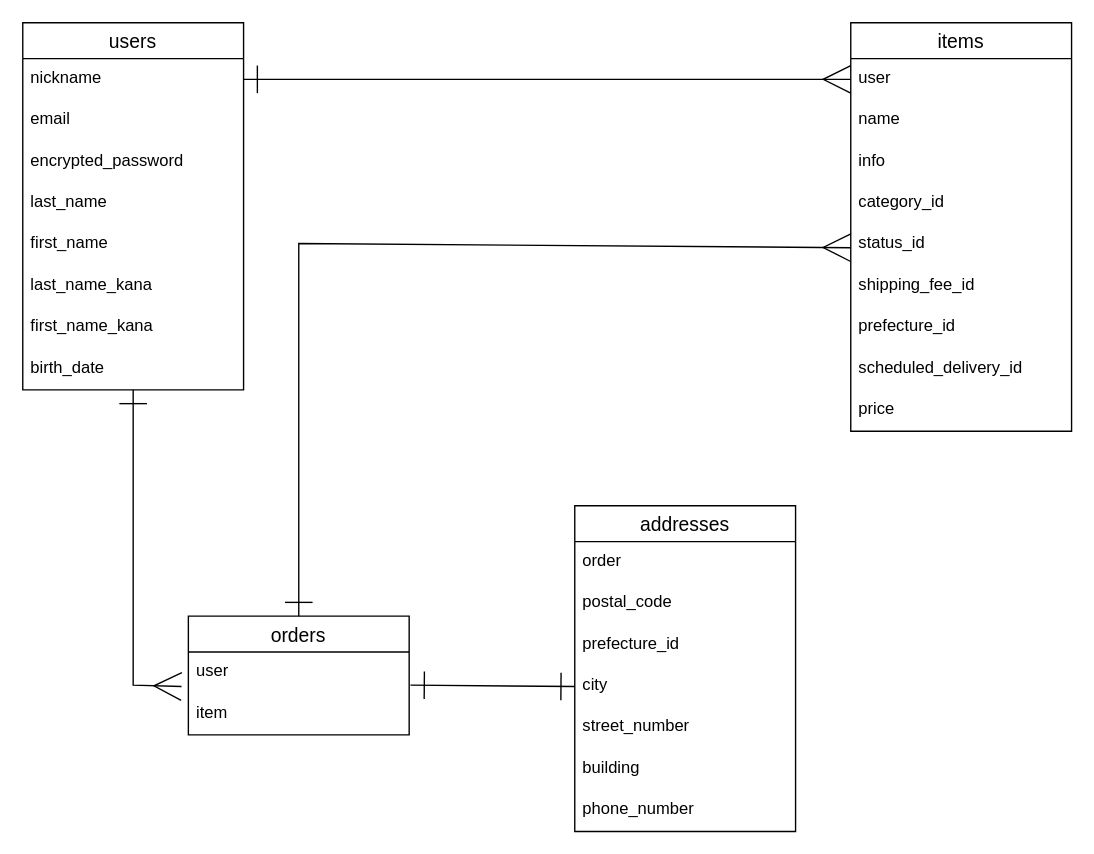
Before: furima-39824_ER.dio in DaiC-S/furima-39824, a draw.io diagram. Source tidied: cells renumbered, new cells numbered last; positions are measured from the earlier drawing's top-left corner, leaving out a move shared by most shapes. Both pictures are drawn from the tidied source at 138%, with x=0, y=0 at pixel (22, 22).
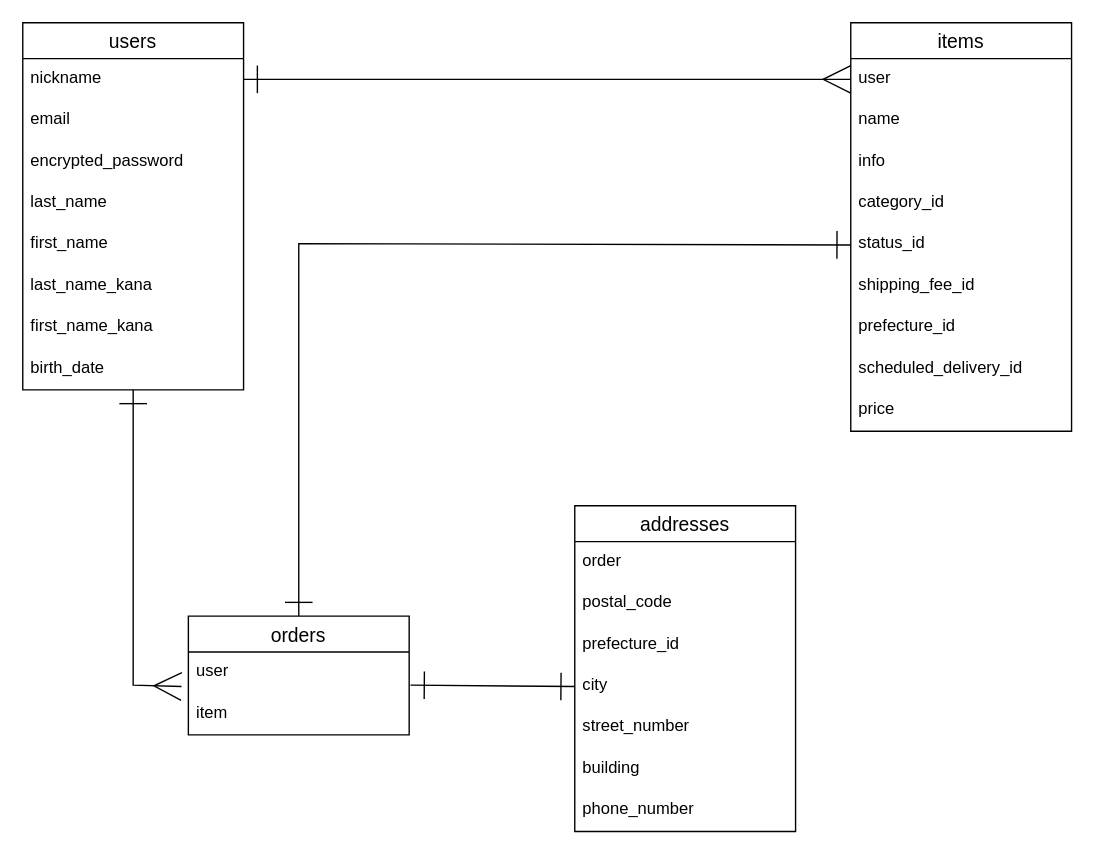
After the change.

The change refers to these unchanged cells:
```xml
<mxCell id="16" value="status_id" style="text;strokeColor=none;fillColor=none;spacingLeft=4;spacingRight=4;overflow=hidden;points=[[0,0.5],[1,0.5]];portConstraint=eastwest;fontSize=12;" parent="11" vertex="1">
  <mxGeometry y="146" width="160" height="30" as="geometry" />
</mxCell>
<mxCell id="21" value="orders" style="swimlane;fontStyle=0;horizontal=1;startSize=26;align=center;fontSize=14;" parent="1" vertex="1">
  <mxGeometry x="120" y="430" width="160" height="86" as="geometry" />
</mxCell>
```

Diff of the diagram source:
```diff
@@
-    <mxCell id="35" style="edgeStyle=none;html=1;entryX=0.5;entryY=0;entryDx=0;entryDy=0;startArrow=ERmany;startFill=0;endArrow=ERone;endFill=0;strokeWidth=1;startSize=18;endSize=18;rounded=0;" parent="1" edge="1" target="21">
-      <mxGeometry relative="1" as="geometry">
-        <mxPoint x="600" y="163" as="sourcePoint" />
-        <Array as="points">
-          <mxPoint x="200" y="160" />
-        </Array>
-      </mxGeometry>
-    </mxCell>
+    <mxCell id="36" style="edgeStyle=none;html=1;startArrow=ERone;startFill=0;endArrow=ERone;endFill=0;endSize=18;startSize=18;rounded=0;entryX=0;entryY=0.5;entryDx=0;entryDy=0;exitX=0.5;exitY=0;exitDx=0;exitDy=0;" parent="1" edge="1" source="21" target="16">
+      <mxGeometry relative="1" as="geometry">
+        <Array as="points">
+          <mxPoint x="200" y="160" />
+        </Array>
+      </mxGeometry>
+    </mxCell>
```
